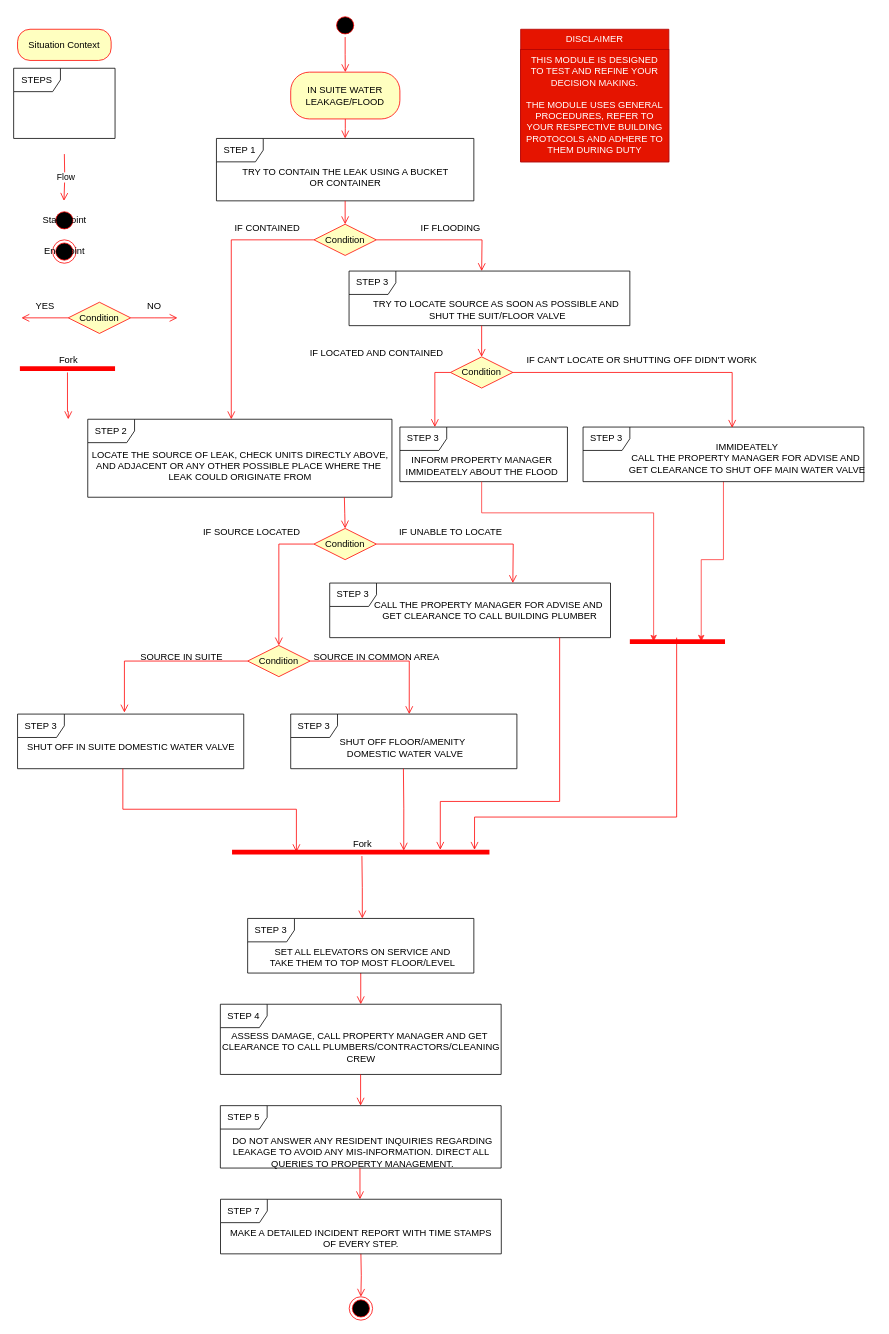
This is MODULES/Mod 5 Procedure LEAK&FLOOD.drawio from s-nasir/ModTrain, a draw.io file, before an edit. Source tidied: cells renumbered, new cells numbered last; positions are measured from the earlier drawing's top-left corner, leaving out a move shared by most shapes. Both pictures are drawn from the tidied source at 78%, with x=0, y=0 at pixel (13, 13).
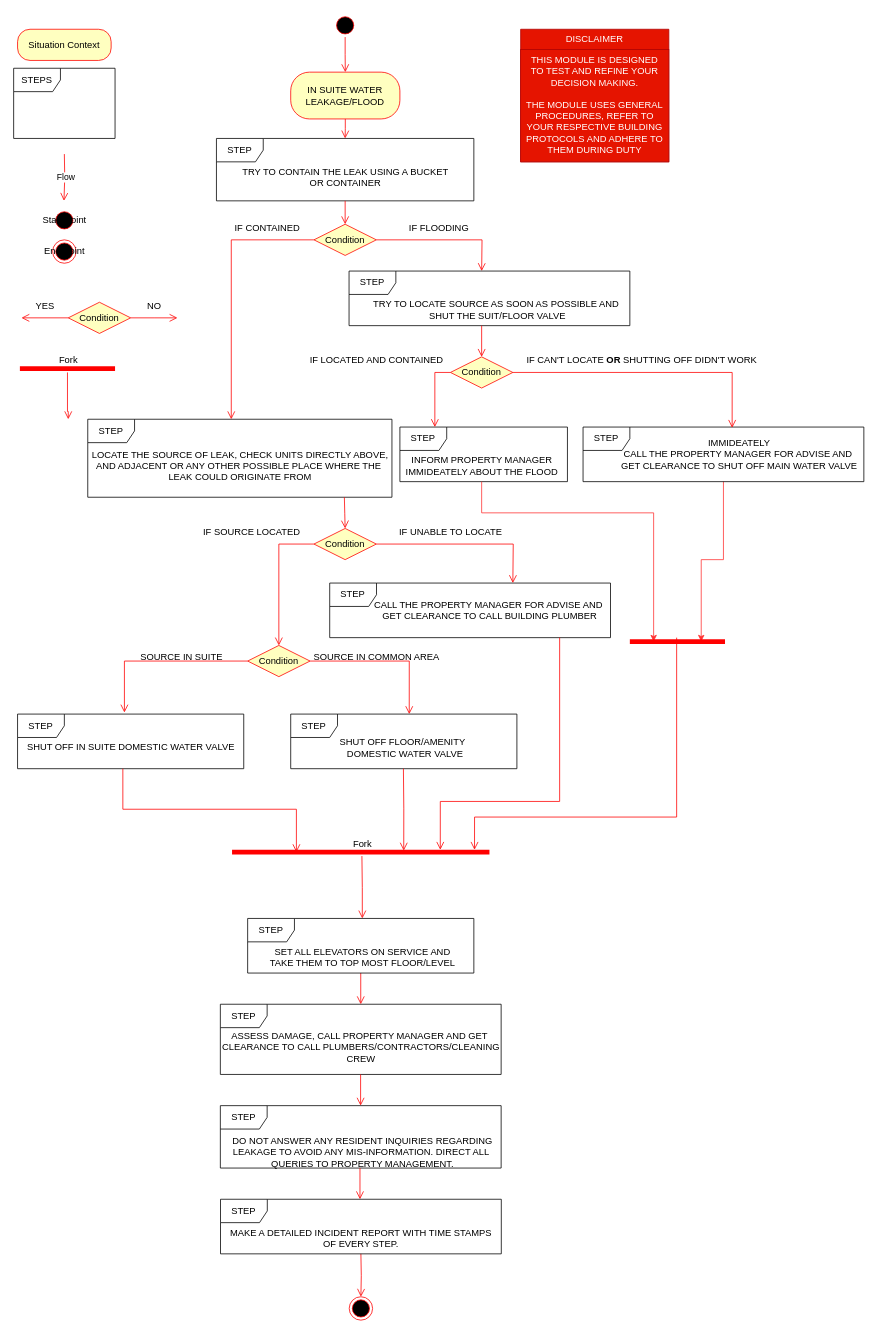
The same diagram, later.

Change to the diagram source:
```diff
@@
-    <mxCell id="12" value="STEP 1" style="shape=umlFrame;whiteSpace=wrap;html=1;" parent="1" vertex="1">
+    <mxCell id="12" value="STEP " style="shape=umlFrame;whiteSpace=wrap;html=1;" parent="1" vertex="1">
       <mxGeometry x="260" y="160" width="330" height="80" as="geometry" />
     </mxCell>
@@
-    <mxCell id="14" value="STEP 2" style="shape=umlFrame;whiteSpace=wrap;html=1;" parent="1" vertex="1">
+    <mxCell id="14" value="STEP " style="shape=umlFrame;whiteSpace=wrap;html=1;" parent="1" vertex="1">
       <mxGeometry x="95" y="520" width="390" height="100" as="geometry" />
     </mxCell>
@@
-    <mxCell id="17" value="STEP 3" style="shape=umlFrame;whiteSpace=wrap;html=1;" parent="1" vertex="1">
+    <mxCell id="17" value="STEP " style="shape=umlFrame;whiteSpace=wrap;html=1;" parent="1" vertex="1">
       <mxGeometry x="405.2" y="730" width="360" height="70" as="geometry" />
     </mxCell>
@@
-    <mxCell id="20" value="STEP 4" style="shape=umlFrame;whiteSpace=wrap;html=1;" parent="1" vertex="1">
+    <mxCell id="20" value="STEP " style="shape=umlFrame;whiteSpace=wrap;html=1;" parent="1" vertex="1">
       <mxGeometry x="265" y="1270" width="360" height="90" as="geometry" />
     </mxCell>
@@
-    <mxCell id="30" value="STEP 5" style="shape=umlFrame;whiteSpace=wrap;html=1;" parent="1" vertex="1">
+    <mxCell id="30" value="STEP " style="shape=umlFrame;whiteSpace=wrap;html=1;" parent="1" vertex="1">
       <mxGeometry x="265" y="1400" width="360" height="80" as="geometry" />
     </mxCell>
@@
-    <mxCell id="35" value="STEP 7" style="shape=umlFrame;whiteSpace=wrap;html=1;" parent="1" vertex="1">
+    <mxCell id="35" value="STEP " style="shape=umlFrame;whiteSpace=wrap;html=1;" parent="1" vertex="1">
       <mxGeometry x="265.2" y="1520" width="360" height="70" as="geometry" />
     </mxCell>
@@
-    <mxCell id="46" value="STEP 3" style="shape=umlFrame;whiteSpace=wrap;html=1;" parent="1" vertex="1">
+    <mxCell id="46" value="STEP " style="shape=umlFrame;whiteSpace=wrap;html=1;" parent="1" vertex="1">
       <mxGeometry x="5" y="898" width="290" height="70" as="geometry" />
     </mxCell>
@@
-    <mxCell id="53" value="STEP 3" style="shape=umlFrame;whiteSpace=wrap;html=1;" parent="1" vertex="1">
+    <mxCell id="53" value="STEP " style="shape=umlFrame;whiteSpace=wrap;html=1;" parent="1" vertex="1">
       <mxGeometry x="355.2" y="898" width="290" height="70" as="geometry" />
     </mxCell>
@@
     <mxCell id="59" value="&lt;span style=&quot;background-color: rgb(255, 255, 255);&quot;&gt;IF FLOODING&lt;/span&gt;" style="text;html=1;align=center;verticalAlign=middle;strokeColor=none;fillColor=none;" parent="1" vertex="1">
-      <mxGeometry x="510" y="260" width="100" height="30" as="geometry" />
+      <mxGeometry x="495.2" y="260" width="100" height="30" as="geometry" />
     </mxCell>
-    <mxCell id="60" value="STEP 3" style="shape=umlFrame;whiteSpace=wrap;html=1;" parent="1" vertex="1">
+    <mxCell id="60" value="STEP " style="shape=umlFrame;whiteSpace=wrap;html=1;" parent="1" vertex="1">
       <mxGeometry x="430" y="330" width="360" height="70" as="geometry" />
     </mxCell>
@@
-    <mxCell id="63" value="STEP 3" style="shape=umlFrame;whiteSpace=wrap;html=1;" parent="1" vertex="1">
+    <mxCell id="63" value="STEP " style="shape=umlFrame;whiteSpace=wrap;html=1;" parent="1" vertex="1">
       <mxGeometry x="730" y="530" width="360" height="70" as="geometry" />
     </mxCell>
     <mxCell id="64" value="IMMIDEATELY&lt;br&gt;CALL THE PROPERTY MANAGER FOR ADVISE AND&amp;nbsp;&lt;br&gt;GET CLEARANCE TO SHUT OFF MAIN WATER VALVE" style="text;html=1;align=center;verticalAlign=middle;strokeColor=none;fillColor=none;" parent="1" vertex="1">
-      <mxGeometry x="775" y="540" width="330" height="60" as="geometry" />
+      <mxGeometry x="765.2" y="535" width="330" height="60" as="geometry" />
     </mxCell>
@@
-    <mxCell id="72" value="STEP 3" style="shape=umlFrame;whiteSpace=wrap;html=1;" parent="1" vertex="1">
+    <mxCell id="72" value="STEP " style="shape=umlFrame;whiteSpace=wrap;html=1;" parent="1" vertex="1">
       <mxGeometry x="300" y="1160" width="290" height="70" as="geometry" />
     </mxCell>
@@
     <mxCell id="78" value="IF LOCATED AND CONTAINED" style="text;html=1;align=center;verticalAlign=middle;strokeColor=none;fillColor=none;" parent="1" vertex="1">
-      <mxGeometry x="370" y="420" width="190" height="30" as="geometry" />
+      <mxGeometry x="370" y="430" width="190" height="30" as="geometry" />
     </mxCell>
-    <mxCell id="79" value="IF CAN'T LOCATE OR SHUTTING OFF DIDN'T WORK" style="text;html=1;align=center;verticalAlign=middle;strokeColor=none;fillColor=none;" parent="1" vertex="1">
+    <mxCell id="79" value="IF CAN'T LOCATE &lt;b&gt;OR &lt;/b&gt;SHUTTING OFF DIDN'T WORK" style="text;html=1;align=center;verticalAlign=middle;strokeColor=none;fillColor=none;" parent="1" vertex="1">
       <mxGeometry x="645.2" y="430" width="320" height="30" as="geometry" />
     </mxCell>
-    <mxCell id="80" value="STEP 3" style="shape=umlFrame;whiteSpace=wrap;html=1;" parent="1" vertex="1">
+    <mxCell id="80" value="STEP " style="shape=umlFrame;whiteSpace=wrap;html=1;" parent="1" vertex="1">
       <mxGeometry x="495.2" y="530" width="214.8" height="70" as="geometry" />
     </mxCell>
```
